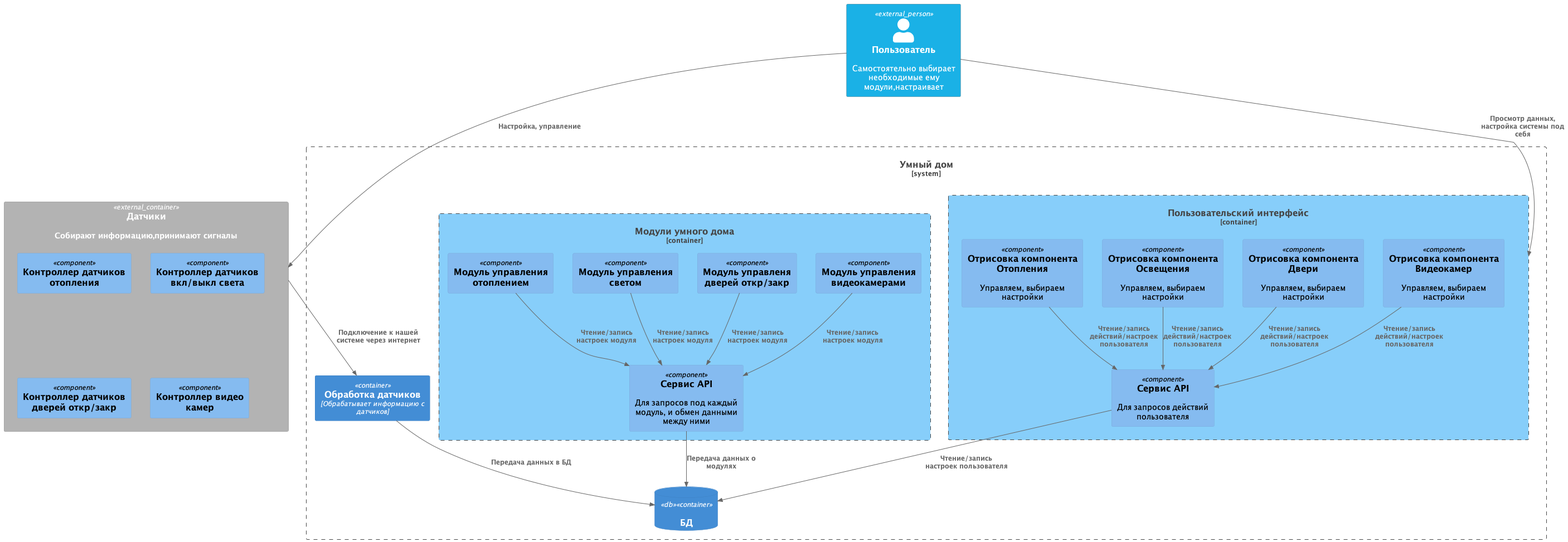
This is diagrams/components_diagram/components_diagram.png from fluffybone/yandex-architecture-warmhouse, a PlantUML export, as it was before one commit. Source of this version:
```plantuml
@startuml  components_diagram
!include https://raw.githubusercontent.com/plantuml-stdlib/C4-PlantUML/master/C4_Container.puml
!include https://raw.githubusercontent.com/plantuml-stdlib/C4-PlantUML/master/C4_Component.puml

 !$COLOR_USER = "#1ab1e6 "
 !$COLOR_CONTAINER ="#87CEFA"
 AddContainerTag("db", $sprite="database_server", $legendText="database container")
 AddContainerTag("webApp", $sprite="application_server", $legendText="web app container")

 UpdateElementStyle("external_person", $bgColor=$COLOR_USER)
 UpdateElementStyle("container_boundary", $bgColor=$COLOR_CONTAINER)

  Person_Ext(user, "Пользователь", "Cамостоятельно выбирает необходимые ему модули,настраивает")
  System_Ext(sensors, "Датчики","Собирают информацию,принимают сигналы")

  System_Boundary(our_system, "Умный дом" ) {
  ContainerDb(db, "БД", $tags="db")


  Container_Ext(sensors, "Датчики","Собирают информацию,принимают сигналы") {
    Component(system_heating_control, "Контроллер датчиков отопления")
    Component(system_lamp_control, "Контроллер датчиков вкл/выкл света")
    Component(system_door_control, "Контроллер датчиков дверей откр/закр")
    Component(system_video_control, "Контроллер видео камер")
    }


    Container(service_sensors, "Обработка датчиков", "Обрабатывает информацию с датчиков" )



   Container_Boundary(module_system, " Модули умного дома") {

    Component(module_heating_control, "Модуль управления отоплением")
    Component(module_lamp_control, "Модуль управления светом ")
    Component(module_door_control, "Модуль управленя дверей откр/закр")
    Component(module_video_control, "Модуль управления видеокамерами")
    Component(module_api, "Cервис API", $descr="Для запросов под каждый модуль, и обмен данными между ними")
    }


  Container_Boundary(web_app, "Пользовательский интерфейс") {

    Component(heating_component, "Отрисовка компонента Отопления", $descr="Управляем, выбираем настройки")
    Component(lamp_component, "Отрисовка компонента Освещения", $descr="Управляем, выбираем настройки")
    Component(door_component, "Отрисовка компонента Двери", $descr="Управляем, выбираем настройки")
    Component(video_component, "Отрисовка компонента Видеокамер", $descr="Управляем, выбираем настройки")
    Component(web_api, "Cервис API", $descr="Для запросов действий пользователя")
    }





  }



  Rel(user, sensors, "Настройка, управление")
  Rel(sensors, service_sensors, "Подключение к нашей системе через интернет")
  Rel(user, web_app, "Просмотр данных, настройка системы под себя" )

  Rel(service_sensors, db, "Передача данных в БД")
  Rel(module_api, db, "Передача данных о модулях")
  Rel(web_api, db, "Чтение/запись настроек пользователя")

  Rel(module_heating_control, module_api, "Чтение/запись настроек модуля")
  Rel(module_lamp_control, module_api, "Чтение/запись настроек модуля")
  Rel(module_door_control, module_api, "Чтение/запись настроек модуля")
  Rel(module_video_control, module_api, "Чтение/запись настроек модуля")

  Rel(heating_component, web_api, "Чтение/запись действий/настроек пользователя")
  Rel(lamp_component, web_api, "Чтение/запись действий/настроек пользователя")
  Rel(door_component, web_api,  "Чтение/запись действий/настроек пользователя")
  Rel(video_component, web_api,  "Чтение/запись действий/настроек пользователя")


@enduml
```
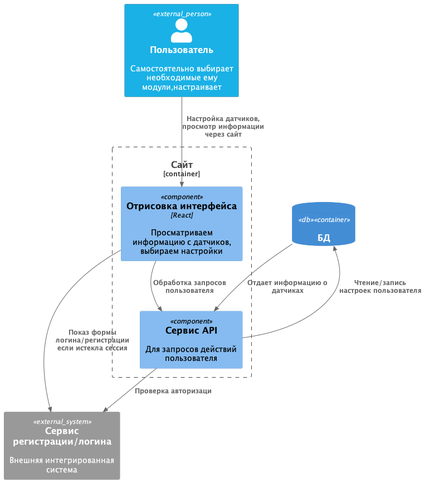
After the commit.

Commit message:
warmhouse: added diagrams

Change to the diagram source:
```diff
@@ -3,76 +3,46 @@
 !include https://raw.githubusercontent.com/plantuml-stdlib/C4-PlantUML/master/C4_Component.puml
 
  !$COLOR_USER = "#1ab1e6 "
- !$COLOR_CONTAINER ="#87CEFA"
+
  AddContainerTag("db", $sprite="database_server", $legendText="database container")
- AddContainerTag("webApp", $sprite="application_server", $legendText="web app container")
 
+ Person_Ext(user, "Пользователь", "Cамостоятельно выбирает необходимые ему модули,настраивает")
  UpdateElementStyle("external_person", $bgColor=$COLOR_USER)
  UpdateElementStyle("container_boundary", $bgColor=$COLOR_CONTAINER)
 
-  Person_Ext(user, "Пользователь", "Cамостоятельно выбирает необходимые ему модули,настраивает")
-  System_Ext(sensors, "Датчики","Собирают информацию,принимают сигналы")
 
-  System_Boundary(our_system, "Умный дом" ) {
   ContainerDb(db, "БД", $tags="db")
 
 
-  Container_Ext(sensors, "Датчики","Собирают информацию,принимают сигналы") {
-    Component(system_heating_control, "Контроллер датчиков отопления")
-    Component(system_lamp_control, "Контроллер датчиков вкл/выкл света")
-    Component(system_door_control, "Контроллер датчиков дверей откр/закр")
-    Component(system_video_control, "Контроллер видео камер")
+
+
+  Container_Boundary(web_app, "Сайт") {
+
+    Component(app, "Отрисовка интерфейса", $descr="Просматриваем информацию с датчиков, выбираем настройки", 'React')
+
+    Component(web_api, "Cервис API", $descr="Для запросов действий пользователя")
+
     }
 
-
-    Container(service_sensors, "Обработка датчиков", "Обрабатывает информацию с датчиков" )
-
-
-
-   Container_Boundary(module_system, " Модули умного дома") {
-
-    Component(module_heating_control, "Модуль управления отоплением")
-    Component(module_lamp_control, "Модуль управления светом ")
-    Component(module_door_control, "Модуль управленя дверей откр/закр")
-    Component(module_video_control, "Модуль управления видеокамерами")
-    Component(module_api, "Cервис API", $descr="Для запросов под каждый модуль, и обмен данными между ними")
-    }
-
-
-  Container_Boundary(web_app, "Пользовательский интерфейс") {
-
-    Component(heating_component, "Отрисовка компонента Отопления", $descr="Управляем, выбираем настройки")
-    Component(lamp_component, "Отрисовка компонента Освещения", $descr="Управляем, выбираем настройки")
-    Component(door_component, "Отрисовка компонента Двери", $descr="Управляем, выбираем настройки")
-    Component(video_component, "Отрисовка компонента Видеокамер", $descr="Управляем, выбираем настройки")
-    Component(web_api, "Cервис API", $descr="Для запросов действий пользователя")
-    }
+   System_Ext(login_system, "Сервис регистрации/логина","Внешняя интегрированная система")
 
 
 
 
 
-  }
 
 
 
-  Rel(user, sensors, "Настройка, управление")
-  Rel(sensors, service_sensors, "Подключение к нашей системе через интернет")
-  Rel(user, web_app, "Просмотр данных, настройка системы под себя" )
 
-  Rel(service_sensors, db, "Передача данных в БД")
-  Rel(module_api, db, "Передача данных о модулях")
+  Rel(user, app, "Настройка датчиков, просмотр информации через сайт")
+  Rel(app, web_api, "Обработка запросов пользователя")
+  Rel(app, login_system, "Показ формы логина/регистрации если истекла сессия")
+
+  Rel(web_api, login_system, "Проверка авторизаци")
   Rel(web_api, db, "Чтение/запись настроек пользователя")
 
-  Rel(module_heating_control, module_api, "Чтение/запись настроек модуля")
-  Rel(module_lamp_control, module_api, "Чтение/запись настроек модуля")
-  Rel(module_door_control, module_api, "Чтение/запись настроек модуля")
-  Rel(module_video_control, module_api, "Чтение/запись настроек модуля")
+  Rel(db, web_api, "Отдает информацию о датчиках")
 
-  Rel(heating_component, web_api, "Чтение/запись действий/настроек пользователя")
-  Rel(lamp_component, web_api, "Чтение/запись действий/настроек пользователя")
-  Rel(door_component, web_api,  "Чтение/запись действий/настроек пользователя")
-  Rel(video_component, web_api,  "Чтение/запись действий/настроек пользователя")
 
 
 @enduml
```
